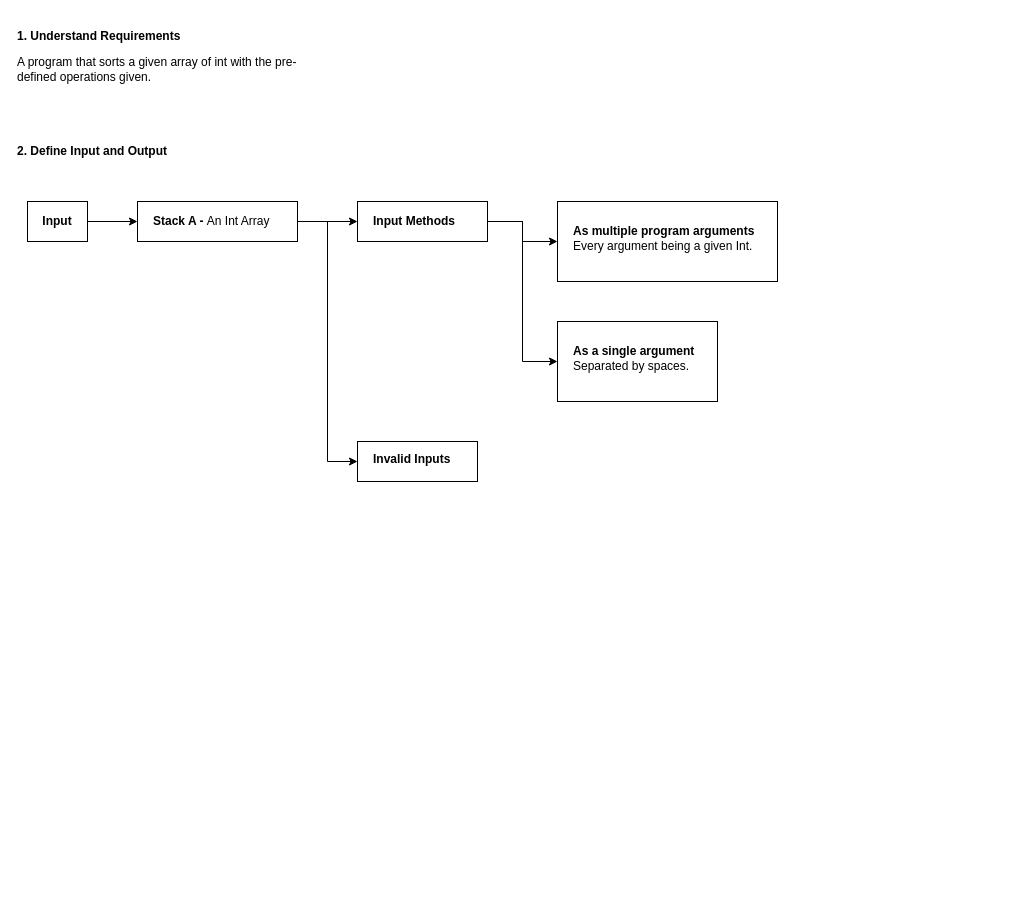
Before: page "Order of Processes" (1 of 2) of PushSwap/PushSwap.drawio in joaorodrigues3099/42, a draw.io diagram. Source tidied: cells renumbered, new cells numbered last; positions are measured from the earlier drawing's top-left corner, leaving out a move shared by most shapes. Both pictures are drawn from the tidied source at 100%, with x=0, y=0 at pixel (17, 21).
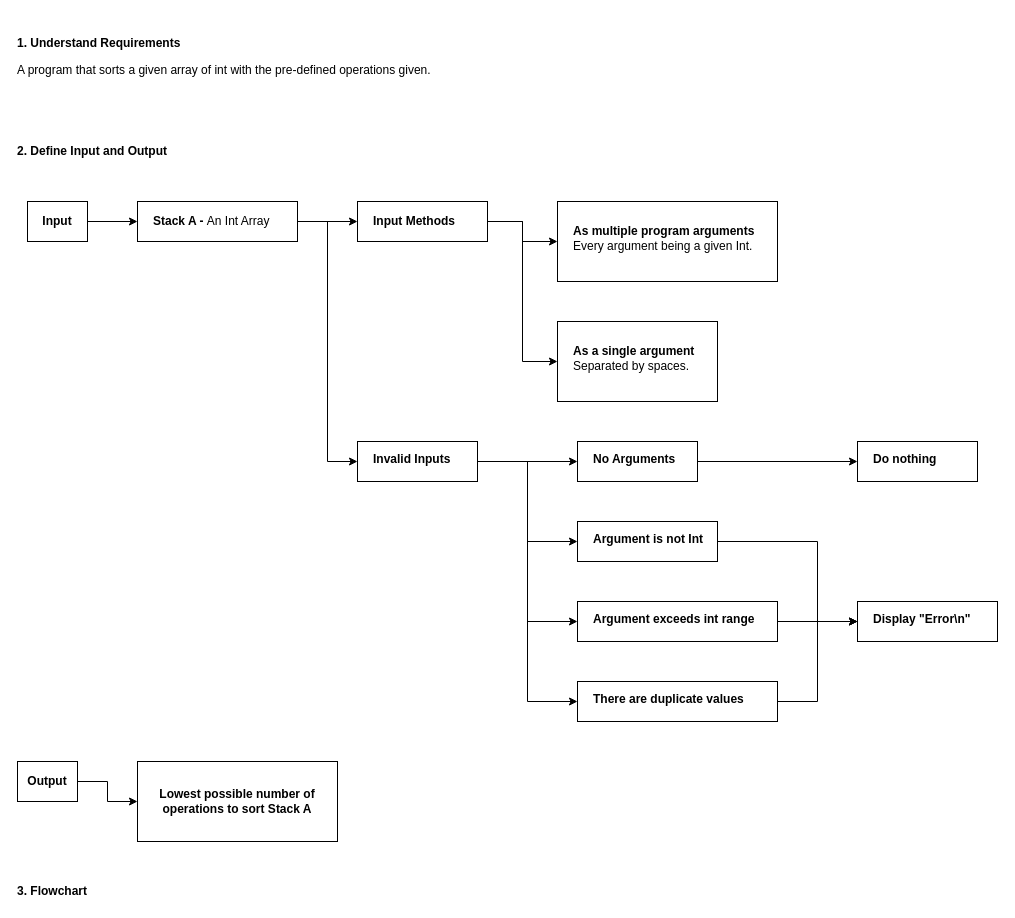
After the change.

Unchanged cells that the change refers to:
```xml
<mxCell id="15" value="&lt;b style=&quot;font-size: 12px;&quot;&gt;&lt;font style=&quot;font-size: 12px;&quot;&gt;Invalid Inputs&lt;/font&gt;&lt;/b&gt;" style="rounded=0;whiteSpace=wrap;html=1;align=left;spacing=16;spacingTop=-5;fontSize=12;" parent="1" vertex="1">
  <mxGeometry x="340" y="420" width="120" height="40" as="geometry" />
</mxCell>
```

Diff of the diagram source:
```diff
@@
     <mxCell id="5" value="&lt;p style=&quot;font-size: 12px;&quot;&gt;&lt;font style=&quot;font-size: 12px;&quot;&gt;&lt;b style=&quot;font-size: 12px;&quot;&gt;1. Understand Requirements&lt;/b&gt;&lt;/font&gt;&lt;/p&gt;&lt;div style=&quot;font-size: 12px;&quot; align=&quot;left&quot;&gt;&lt;p style=&quot;font-size: 12px;&quot;&gt;&lt;font style=&quot;font-size: 12px;&quot;&gt;A program that sorts a given array of int with the pre-defined operations given.&lt;br style=&quot;font-size: 12px;&quot;&gt;&lt;/font&gt;&lt;/p&gt;&lt;/div&gt;" style="text;html=1;align=left;verticalAlign=middle;whiteSpace=wrap;rounded=0;spacing=0;fontSize=12;" parent="1" vertex="1">
-      <mxGeometry width="290" height="70" as="geometry" />
+      <mxGeometry width="450" height="70" as="geometry" />
     </mxCell>
@@
+    <mxCell id="16" style="edgeStyle=orthogonalEdgeStyle;rounded=0;jettySize=auto;html=1;exitX=1;exitY=0.5;exitDx=0;exitDy=0;entryX=0;entryY=0.5;entryDx=0;entryDy=0;" parent="1" edge="1" source="15" target="21">
+      <mxGeometry relative="1" as="geometry" />
+    </mxCell>
+    <mxCell id="17" style="edgeStyle=orthogonalEdgeStyle;rounded=0;jettySize=auto;html=1;exitX=1;exitY=0.5;exitDx=0;exitDy=0;entryX=0;entryY=0.5;entryDx=0;entryDy=0;" parent="1" edge="1" source="15" target="23">
+      <mxGeometry relative="1" as="geometry" />
+    </mxCell>
+    <mxCell id="18" style="edgeStyle=orthogonalEdgeStyle;rounded=0;jettySize=auto;html=1;exitX=1;exitY=0.5;exitDx=0;exitDy=0;entryX=0;entryY=0.5;entryDx=0;entryDy=0;" parent="1" edge="1" source="15" target="25">
+      <mxGeometry relative="1" as="geometry" />
+    </mxCell>
+    <mxCell id="19" style="edgeStyle=orthogonalEdgeStyle;rounded=0;jettySize=auto;html=1;exitX=1;exitY=0.5;exitDx=0;exitDy=0;entryX=0;entryY=0.5;entryDx=0;entryDy=0;" parent="1" edge="1" source="15" target="27">
+      <mxGeometry relative="1" as="geometry" />
+    </mxCell>
@@
+    <mxCell id="20" style="edgeStyle=orthogonalEdgeStyle;rounded=0;jettySize=auto;html=1;exitX=1;exitY=0.5;exitDx=0;exitDy=0;entryX=0;entryY=0.5;entryDx=0;entryDy=0;" parent="1" edge="1" source="21" target="28">
+      <mxGeometry relative="1" as="geometry" />
+    </mxCell>
+    <mxCell id="21" value="&lt;b&gt;No Arguments&lt;/b&gt;" style="rounded=0;whiteSpace=wrap;html=1;align=left;spacing=16;spacingTop=-5;fontSize=12;" parent="1" vertex="1">
+      <mxGeometry x="560" y="420" width="120" height="40" as="geometry" />
+    </mxCell>
+    <mxCell id="22" style="edgeStyle=orthogonalEdgeStyle;rounded=0;jettySize=auto;html=1;exitX=1;exitY=0.5;exitDx=0;exitDy=0;entryX=0;entryY=0.5;entryDx=0;entryDy=0;" parent="1" edge="1" source="23" target="29">
+      <mxGeometry relative="1" as="geometry">
+        <Array as="points">
+          <mxPoint x="800" y="520" />
+          <mxPoint x="800" y="600" />
+        </Array>
+      </mxGeometry>
+    </mxCell>
+    <mxCell id="23" value="&lt;b&gt;Argument is not Int&lt;br&gt;&lt;/b&gt;" style="rounded=0;whiteSpace=wrap;html=1;align=left;spacing=16;spacingTop=-5;fontSize=12;" parent="1" vertex="1">
+      <mxGeometry x="560" y="500" width="140" height="40" as="geometry" />
+    </mxCell>
+    <mxCell id="24" style="edgeStyle=orthogonalEdgeStyle;rounded=0;jettySize=auto;html=1;exitX=1;exitY=0.5;exitDx=0;exitDy=0;entryX=0;entryY=0.5;entryDx=0;entryDy=0;" parent="1" edge="1" source="25" target="29">
+      <mxGeometry relative="1" as="geometry" />
+    </mxCell>
+    <mxCell id="25" value="&lt;b&gt;Argument exceeds int range&lt;br&gt;&lt;/b&gt;" style="rounded=0;whiteSpace=wrap;html=1;align=left;spacing=16;spacingTop=-5;fontSize=12;" parent="1" vertex="1">
+      <mxGeometry x="560" y="580" width="200" height="40" as="geometry" />
+    </mxCell>
+    <mxCell id="26" style="edgeStyle=orthogonalEdgeStyle;rounded=0;jettySize=auto;html=1;exitX=1;exitY=0.5;exitDx=0;exitDy=0;entryX=0;entryY=0.5;entryDx=0;entryDy=0;" parent="1" edge="1" source="27" target="29">
+      <mxGeometry relative="1" as="geometry" />
+    </mxCell>
+    <mxCell id="27" value="&lt;div&gt;&lt;b&gt;There are duplicate values&lt;/b&gt;&lt;/div&gt;" style="rounded=0;whiteSpace=wrap;html=1;align=left;spacing=16;spacingTop=-5;fontSize=12;" parent="1" vertex="1">
+      <mxGeometry x="560" y="660" width="200" height="40" as="geometry" />
+    </mxCell>
+    <mxCell id="28" value="&lt;b&gt;Do nothing&lt;br&gt;&lt;/b&gt;" style="rounded=0;whiteSpace=wrap;html=1;align=left;spacing=16;spacingTop=-5;fontSize=12;" parent="1" vertex="1">
+      <mxGeometry x="840" y="420" width="120" height="40" as="geometry" />
+    </mxCell>
+    <mxCell id="29" value="&lt;b&gt;Display &quot;Error\n&quot;&lt;br&gt;&lt;/b&gt;" style="rounded=0;whiteSpace=wrap;html=1;align=left;spacing=16;spacingTop=-5;fontSize=12;" parent="1" vertex="1">
+      <mxGeometry x="840" y="580" width="140" height="40" as="geometry" />
+    </mxCell>
+    <mxCell id="30" style="edgeStyle=orthogonalEdgeStyle;rounded=0;jettySize=auto;html=1;exitX=1;exitY=0.5;exitDx=0;exitDy=0;entryX=0;entryY=0.5;entryDx=0;entryDy=0;" parent="1" edge="1" source="31" target="32">
+      <mxGeometry relative="1" as="geometry" />
+    </mxCell>
+    <mxCell id="31" value="&lt;b&gt;Output&lt;/b&gt;" style="rounded=0;whiteSpace=wrap;html=1;fontSize=12;" parent="1" vertex="1">
+      <mxGeometry y="740" width="60" height="40" as="geometry" />
+    </mxCell>
+    <mxCell id="32" value="&lt;b&gt;Lowest possible number of operations to sort Stack A&lt;/b&gt;" style="rounded=0;whiteSpace=wrap;html=1;fontSize=12;" parent="1" vertex="1">
+      <mxGeometry x="120" y="740" width="200" height="80" as="geometry" />
+    </mxCell>
+    <mxCell id="33" value="&lt;div&gt;&lt;b&gt;3. Flowchart&lt;/b&gt;&lt;/div&gt;" style="text;html=1;align=left;verticalAlign=middle;whiteSpace=wrap;rounded=0;spacing=0;fontSize=12;" parent="1" vertex="1">
+      <mxGeometry y="860" width="230" height="20" as="geometry" />
+    </mxCell>
```
